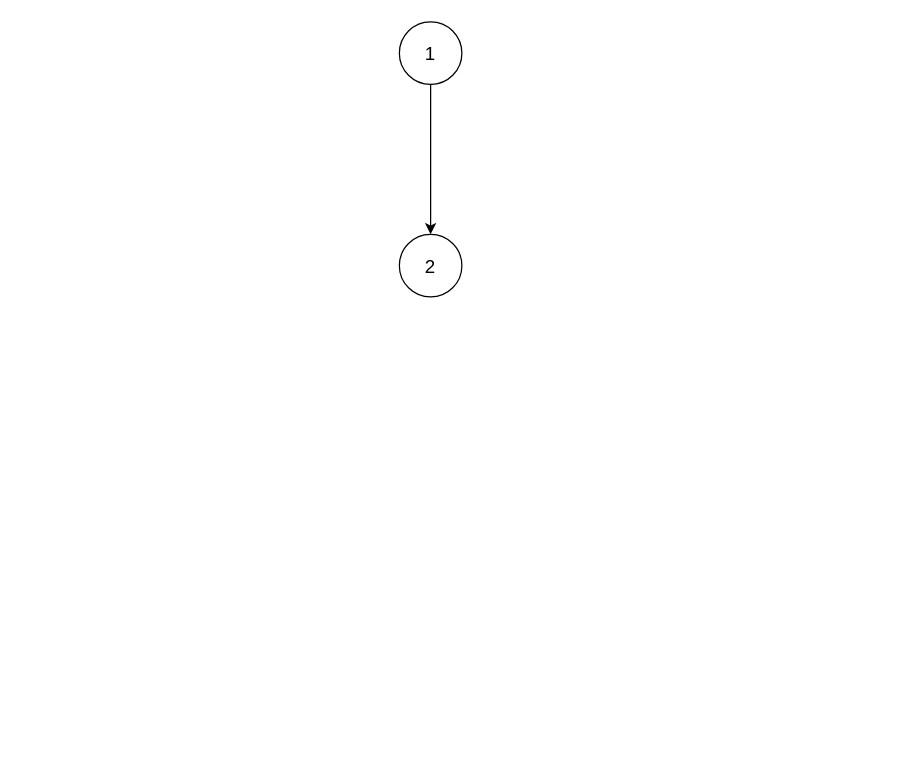
sakib7/ml-project-versioning keeps this draw.io diagram as software-testing-asg-2.drawio. Above is the earlier version. Source tidied: cells renumbered, new cells numbered last; positions are measured from the earlier drawing's top-left corner, leaving out a move shared by most shapes. Both pictures are drawn from the tidied source at 125%, with x=0, y=0 at pixel (399, 21).
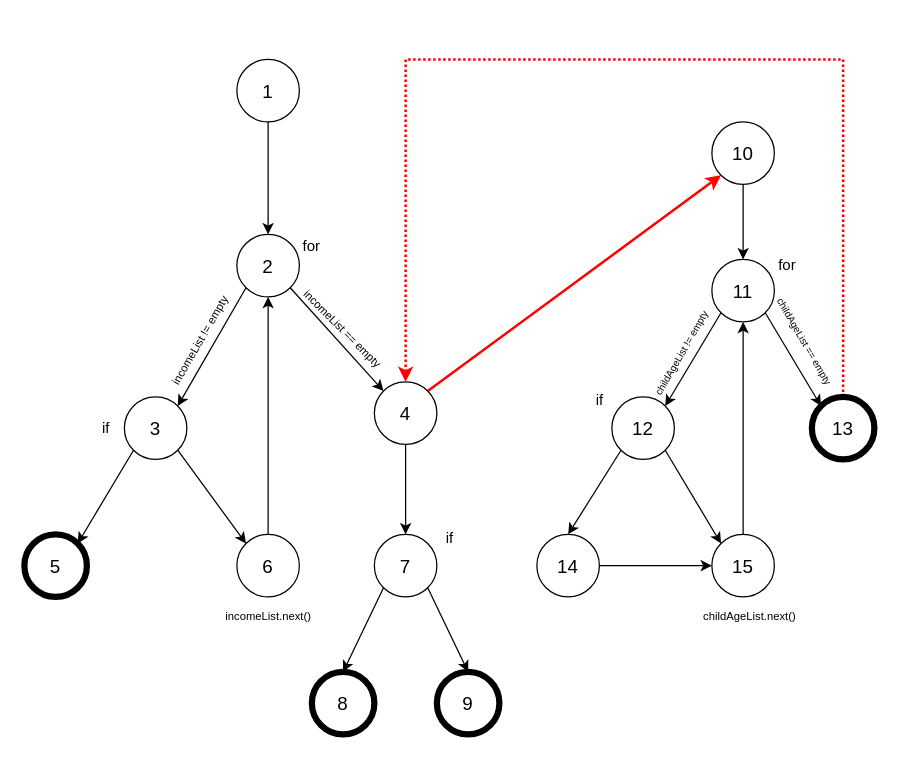
The same diagram, later.

Diff of the diagram source:
```diff
@@
     <mxCell id="2" value="&lt;font style=&quot;font-size: 15px;&quot;&gt;2&lt;/font&gt;" style="ellipse;whiteSpace=wrap;html=1;" parent="1" vertex="1">
-      <mxGeometry y="170" width="50" height="50" as="geometry" />
+      <mxGeometry x="-130" y="170" width="50" height="50" as="geometry" />
     </mxCell>
@@
     <mxCell id="4" value="&lt;font style=&quot;font-size: 15px;&quot;&gt;1&lt;/font&gt;" style="ellipse;whiteSpace=wrap;html=1;" parent="1" vertex="1">
-      <mxGeometry width="50" height="50" as="geometry" />
+      <mxGeometry x="-130" y="30" width="50" height="50" as="geometry" />
     </mxCell>
+    <mxCell id="5" value="&lt;font style=&quot;font-size: 15px;&quot;&gt;3&lt;/font&gt;" style="ellipse;whiteSpace=wrap;html=1;" parent="1" vertex="1">
+      <mxGeometry x="-220" y="300" width="50" height="50" as="geometry" />
+    </mxCell>
+    <mxCell id="6" value="&lt;font style=&quot;font-size: 15px;&quot;&gt;6&lt;/font&gt;" style="ellipse;whiteSpace=wrap;html=1;" parent="1" vertex="1">
+      <mxGeometry x="-130" y="410" width="50" height="50" as="geometry" />
+    </mxCell>
+    <mxCell id="7" value="&lt;font style=&quot;font-size: 15px;&quot;&gt;5&lt;/font&gt;" style="ellipse;whiteSpace=wrap;html=1;strokeWidth=5;" parent="1" vertex="1">
+      <mxGeometry x="-300" y="410" width="50" height="50" as="geometry" />
+    </mxCell>
+    <mxCell id="8" style="endArrow=classic;html=1;rounded=0;exitX=0;exitY=1;exitDx=0;exitDy=0;entryX=1;entryY=0;entryDx=0;entryDy=0;" parent="1" edge="1" source="2" target="5">
+      <mxGeometry relative="1" as="geometry" />
+    </mxCell>
+    <mxCell id="9" style="endArrow=classic;html=1;rounded=0;exitX=0;exitY=1;exitDx=0;exitDy=0;entryX=1;entryY=0;entryDx=0;entryDy=0;" parent="1" edge="1" source="5" target="7">
+      <mxGeometry relative="1" as="geometry" />
+    </mxCell>
+    <mxCell id="10" style="endArrow=classic;html=1;rounded=0;exitX=0.5;exitY=0;exitDx=0;exitDy=0;entryX=0.5;entryY=1;entryDx=0;entryDy=0;" parent="1" edge="1" source="6" target="2">
+      <mxGeometry relative="1" as="geometry" />
+    </mxCell>
+    <mxCell id="11" style="endArrow=classic;html=1;rounded=0;exitX=1;exitY=1;exitDx=0;exitDy=0;entryX=0;entryY=0;entryDx=0;entryDy=0;" parent="1" edge="1" source="5" target="6">
+      <mxGeometry relative="1" as="geometry" />
+    </mxCell>
+    <mxCell id="12" value="&lt;font style=&quot;font-size: 15px;&quot;&gt;7&lt;/font&gt;" style="ellipse;whiteSpace=wrap;html=1;" parent="1" vertex="1">
+      <mxGeometry x="-20" y="410" width="50" height="50" as="geometry" />
+    </mxCell>
+    <mxCell id="13" value="&lt;font style=&quot;font-size: 15px;&quot;&gt;9&lt;/font&gt;" style="ellipse;whiteSpace=wrap;html=1;strokeWidth=5;" parent="1" vertex="1">
+      <mxGeometry x="30" y="520" width="50" height="50" as="geometry" />
+    </mxCell>
+    <mxCell id="14" value="&lt;font style=&quot;font-size: 15px;&quot;&gt;8&lt;/font&gt;" style="ellipse;whiteSpace=wrap;html=1;strokeWidth=5;" parent="1" vertex="1">
+      <mxGeometry x="-70" y="520" width="50" height="50" as="geometry" />
+    </mxCell>
+    <mxCell id="15" style="rounded=0;jettySize=auto;html=1;exitX=1;exitY=0;exitDx=0;exitDy=0;entryX=0;entryY=1;entryDx=0;entryDy=0;strokeWidth=2;strokeColor=#FF0000;" parent="1" edge="1" source="16" target="25">
+      <mxGeometry relative="1" as="geometry" />
+    </mxCell>
+    <mxCell id="16" value="&lt;font style=&quot;font-size: 15px;&quot;&gt;4&lt;/font&gt;" style="ellipse;whiteSpace=wrap;html=1;" parent="1" vertex="1">
+      <mxGeometry x="-20" y="288" width="50" height="50" as="geometry" />
+    </mxCell>
+    <mxCell id="17" style="endArrow=classic;html=1;rounded=0;exitX=0.5;exitY=1;exitDx=0;exitDy=0;entryX=0.5;entryY=0;entryDx=0;entryDy=0;" parent="1" edge="1" source="16" target="12">
+      <mxGeometry relative="1" as="geometry" />
+    </mxCell>
+    <mxCell id="18" style="endArrow=classic;html=1;rounded=0;exitX=0;exitY=1;exitDx=0;exitDy=0;entryX=0.5;entryY=0;entryDx=0;entryDy=0;" parent="1" edge="1" source="12" target="14">
+      <mxGeometry relative="1" as="geometry" />
+    </mxCell>
+    <mxCell id="19" style="endArrow=classic;html=1;rounded=0;exitX=1;exitY=1;exitDx=0;exitDy=0;entryX=0.5;entryY=0;entryDx=0;entryDy=0;" parent="1" edge="1" source="12" target="13">
+      <mxGeometry relative="1" as="geometry" />
+    </mxCell>
+    <mxCell id="20" style="endArrow=classic;html=1;rounded=0;exitX=1;exitY=1;exitDx=0;exitDy=0;entryX=0;entryY=0;entryDx=0;entryDy=0;" parent="1" edge="1" source="2" target="16">
+      <mxGeometry relative="1" as="geometry" />
+    </mxCell>
+    <mxCell id="21" value="&lt;font style=&quot;font-size: 15px;&quot;&gt;11&lt;/font&gt;" style="ellipse;whiteSpace=wrap;html=1;" parent="1" vertex="1">
+      <mxGeometry x="250" y="190" width="50" height="50" as="geometry" />
+    </mxCell>
+    <mxCell id="22" style="edgeStyle=orthogonalEdgeStyle;rounded=0;jettySize=auto;html=1;entryX=0.5;entryY=0;entryDx=0;entryDy=0;dashed=1;dashPattern=1 1;strokeColor=#FF0000;strokeWidth=2;exitX=0.5;exitY=0;exitDx=0;exitDy=0;" parent="1" edge="1" source="23" target="16">
+      <mxGeometry relative="1" as="geometry">
+        <Array as="points">
+          <mxPoint x="355" y="30" />
+          <mxPoint x="5" y="30" />
+        </Array>
+      </mxGeometry>
+    </mxCell>
+    <mxCell id="23" value="&lt;font style=&quot;font-size: 15px;&quot;&gt;13&lt;/font&gt;" style="ellipse;whiteSpace=wrap;html=1;strokeWidth=5;" parent="1" vertex="1">
+      <mxGeometry x="330" y="300" width="50" height="50" as="geometry" />
+    </mxCell>
+    <mxCell id="24" value="&lt;font style=&quot;font-size: 15px;&quot;&gt;12&lt;/font&gt;" style="ellipse;whiteSpace=wrap;html=1;" parent="1" vertex="1">
+      <mxGeometry x="170" y="300" width="50" height="50" as="geometry" />
+    </mxCell>
+    <mxCell id="25" value="&lt;font style=&quot;font-size: 15px;&quot;&gt;10&lt;/font&gt;" style="ellipse;whiteSpace=wrap;html=1;" parent="1" vertex="1">
+      <mxGeometry x="250" y="80" width="50" height="50" as="geometry" />
+    </mxCell>
+    <mxCell id="26" style="endArrow=classic;html=1;rounded=0;exitX=0.5;exitY=1;exitDx=0;exitDy=0;entryX=0.5;entryY=0;entryDx=0;entryDy=0;" parent="1" edge="1" source="25" target="21">
+      <mxGeometry relative="1" as="geometry" />
+    </mxCell>
+    <mxCell id="27" style="endArrow=classic;html=1;rounded=0;exitX=0;exitY=1;exitDx=0;exitDy=0;entryX=1;entryY=0;entryDx=0;entryDy=0;" parent="1" edge="1" source="21" target="24">
+      <mxGeometry relative="1" as="geometry" />
+    </mxCell>
+    <mxCell id="28" style="endArrow=classic;html=1;rounded=0;exitX=1;exitY=1;exitDx=0;exitDy=0;entryX=0;entryY=0;entryDx=0;entryDy=0;" parent="1" edge="1" source="21" target="23">
+      <mxGeometry relative="1" as="geometry" />
+    </mxCell>
+    <mxCell id="29" style="edgeStyle=orthogonalEdgeStyle;rounded=0;jettySize=auto;html=1;exitX=1;exitY=0.5;exitDx=0;exitDy=0;entryX=0;entryY=0.5;entryDx=0;entryDy=0;" parent="1" edge="1" source="30" target="31">
+      <mxGeometry relative="1" as="geometry" />
+    </mxCell>
+    <mxCell id="30" value="&lt;font style=&quot;font-size: 15px;&quot;&gt;14&lt;/font&gt;" style="ellipse;whiteSpace=wrap;html=1;" parent="1" vertex="1">
+      <mxGeometry x="110" y="410" width="50" height="50" as="geometry" />
+    </mxCell>
+    <mxCell id="31" value="&lt;font style=&quot;font-size: 15px;&quot;&gt;15&lt;/font&gt;" style="ellipse;whiteSpace=wrap;html=1;" parent="1" vertex="1">
+      <mxGeometry x="250" y="410" width="50" height="50" as="geometry" />
+    </mxCell>
+    <mxCell id="32" style="endArrow=classic;html=1;rounded=0;entryX=0.5;entryY=0;entryDx=0;entryDy=0;exitX=0;exitY=1;exitDx=0;exitDy=0;" parent="1" edge="1" source="24" target="30">
+      <mxGeometry relative="1" as="geometry" />
+    </mxCell>
+    <mxCell id="33" style="endArrow=classic;html=1;rounded=0;exitX=1;exitY=1;exitDx=0;exitDy=0;entryX=0;entryY=0;entryDx=0;entryDy=0;" parent="1" edge="1" source="24" target="31">
+      <mxGeometry relative="1" as="geometry" />
+    </mxCell>
+    <mxCell id="34" style="endArrow=classic;html=1;rounded=0;exitX=0.5;exitY=0;exitDx=0;exitDy=0;entryX=0.5;entryY=1;entryDx=0;entryDy=0;" parent="1" edge="1" source="31" target="21">
+      <mxGeometry relative="1" as="geometry" />
+    </mxCell>
+    <mxCell id="35" value="for" style="text;html=1;align=center;verticalAlign=middle;whiteSpace=wrap;rounded=0;" parent="1" vertex="1">
+      <mxGeometry x="-90" y="170" width="40" height="20" as="geometry" />
+    </mxCell>
+    <mxCell id="36" value="if" style="text;html=1;align=center;verticalAlign=middle;strokeColor=none;fillColor=none;" parent="1" vertex="1">
+      <mxGeometry x="-250" y="310" width="30" height="30" as="geometry" />
+    </mxCell>
+    <mxCell id="37" value="if" style="text;html=1;align=center;verticalAlign=middle;strokeColor=none;fillColor=none;" parent="1" vertex="1">
+      <mxGeometry x="25" y="398" width="30" height="30" as="geometry" />
+    </mxCell>
+    <mxCell id="38" value="for" style="text;html=1;align=center;verticalAlign=middle;strokeColor=none;fillColor=none;" parent="1" vertex="1">
+      <mxGeometry x="290" y="180" width="40" height="30" as="geometry" />
+    </mxCell>
+    <mxCell id="39" value="if" style="text;html=1;align=center;verticalAlign=middle;strokeColor=none;fillColor=none;" parent="1" vertex="1">
+      <mxGeometry x="145" y="288" width="30" height="30" as="geometry" />
+    </mxCell>
+    <mxCell id="40" value="&lt;font style=&quot;font-size: 9px;&quot;&gt;incomeList != empty&lt;/font&gt;" style="text;html=1;align=center;verticalAlign=middle;strokeColor=none;fillColor=none;rotation=-60;" parent="1" vertex="1">
+      <mxGeometry x="-210" y="240" width="100" height="30" as="geometry" />
+    </mxCell>
+    <mxCell id="41" value="&lt;font style=&quot;font-size: 9px;&quot;&gt;incomeList == empty&lt;/font&gt;" style="text;html=1;align=center;verticalAlign=middle;strokeColor=none;fillColor=none;rotation=45;" parent="1" vertex="1">
+      <mxGeometry x="-100" y="230" width="110" height="30" as="geometry" />
+    </mxCell>
+    <mxCell id="42" value="&lt;font style=&quot;font-size: 9px;&quot;&gt;incomeList.next()&lt;/font&gt;" style="text;html=1;align=center;verticalAlign=middle;strokeColor=none;fillColor=none;" parent="1" vertex="1">
+      <mxGeometry x="-150" y="460" width="90" height="30" as="geometry" />
+    </mxCell>
+    <mxCell id="43" value="&lt;font style=&quot;font-size: 9px;&quot;&gt;childAgeList.next()&lt;/font&gt;" style="text;html=1;align=center;verticalAlign=middle;strokeColor=none;fillColor=none;" parent="1" vertex="1">
+      <mxGeometry x="230" y="460" width="100" height="30" as="geometry" />
+    </mxCell>
+    <mxCell id="44" value="&lt;font style=&quot;font-size: 8px;&quot;&gt;childAgeList != empty&lt;/font&gt;" style="text;html=1;align=center;verticalAlign=middle;strokeColor=none;fillColor=none;rotation=-60;" parent="1" vertex="1">
+      <mxGeometry x="175" y="250" width="100" height="30" as="geometry" />
+    </mxCell>
+    <mxCell id="45" value="&lt;font style=&quot;font-size: 8px;&quot;&gt;childAgeList == empty&lt;/font&gt;" style="text;html=1;align=center;verticalAlign=middle;strokeColor=none;fillColor=none;rotation=60;" parent="1" vertex="1">
+      <mxGeometry x="275" y="240" width="100" height="30" as="geometry" />
+    </mxCell>
```
